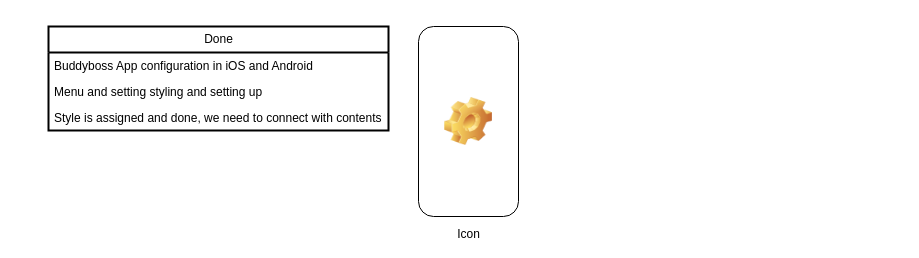
This is Untitled Diagram.drawio from MrBCendales/nmtCharts, a draw.io file, before an edit. Source tidied: cells renumbered, new cells numbered last; positions are measured from the earlier drawing's top-left corner, leaving out a move shared by most shapes. Both pictures are drawn from the tidied source at 100%, with x=0, y=0 at pixel (48, 26).
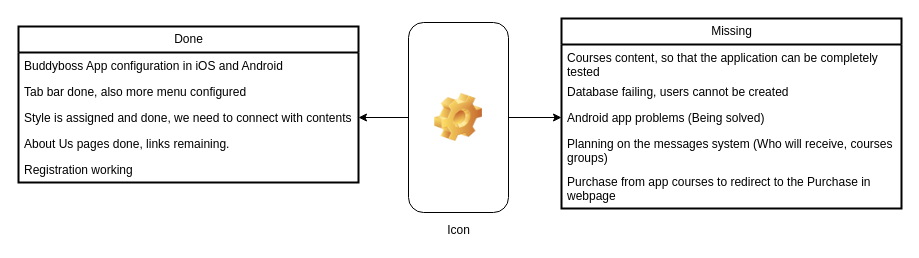
The same diagram, later.

Diff of the diagram source:
```diff
@@
 <mxGraphModel>
   <root>
     <mxCell id="0" />
     <mxCell id="1" parent="0" />
-    <mxCell id="2" value="Icon" style="icon;html=1;image=img/clipart/Gear_128x128.png;" parent="1" vertex="1">
-      <mxGeometry x="370" width="100" height="190" as="geometry" />
-    </mxCell>
     <mxCell id="3" value="Done" style="swimlane;fontStyle=0;horizontal=1;startSize=26;fillColor=none;html=1;strokeWidth=2;spacing=2;" parent="1" vertex="1">
-      <mxGeometry width="340" height="104" as="geometry" />
+      <mxGeometry x="-30" width="340" height="156" as="geometry" />
     </mxCell>
     <mxCell id="4" value="Buddyboss App configuration in iOS and Android" style="text;strokeColor=none;fillColor=none;align=left;verticalAlign=top;spacingLeft=4;spacingRight=4;overflow=hidden;whiteSpace=wrap;html=1;" parent="3" vertex="1">
       <mxGeometry y="26" width="340" height="26" as="geometry" />
     </mxCell>
-    <mxCell id="5" value="Menu and setting styling and setting up" style="text;strokeColor=none;fillColor=none;align=left;verticalAlign=top;spacingLeft=4;spacingRight=4;overflow=hidden;whiteSpace=wrap;html=1;" parent="3" vertex="1">
+    <mxCell id="5" value="Tab bar done, also more menu configured" style="text;strokeColor=none;fillColor=none;align=left;verticalAlign=top;spacingLeft=4;spacingRight=4;overflow=hidden;whiteSpace=wrap;html=1;" parent="3" vertex="1">
       <mxGeometry y="52" width="340" height="26" as="geometry" />
     </mxCell>
     <mxCell id="6" value="Style is assigned and done, we need to connect with contents" style="text;strokeColor=none;fillColor=none;align=left;verticalAlign=top;spacingLeft=4;spacingRight=4;overflow=hidden;points=[[0,0.5],[1,0.5]];portConstraint=eastwest;whiteSpace=wrap;html=1;" parent="3" vertex="1">
       <mxGeometry y="78" width="340" height="26" as="geometry" />
     </mxCell>
+    <mxCell id="7" value="About Us pages done, links remaining." style="text;strokeColor=none;fillColor=none;align=left;verticalAlign=top;spacingLeft=4;spacingRight=4;overflow=hidden;whiteSpace=wrap;html=1;" parent="3" vertex="1">
+      <mxGeometry y="104" width="340" height="26" as="geometry" />
+    </mxCell>
+    <mxCell id="8" value="Registration working" style="text;strokeColor=none;fillColor=none;align=left;verticalAlign=top;spacingLeft=4;spacingRight=4;overflow=hidden;whiteSpace=wrap;html=1;" parent="3" vertex="1">
+      <mxGeometry y="130" width="340" height="26" as="geometry" />
+    </mxCell>
+    <mxCell id="9" style="edgeStyle=orthogonalEdgeStyle;rounded=0;jettySize=auto;html=1;entryX=1;entryY=0.5;entryDx=0;entryDy=0;" parent="1" edge="1" source="2" target="6">
+      <mxGeometry relative="1" as="geometry" />
+    </mxCell>
+    <mxCell id="10" style="edgeStyle=orthogonalEdgeStyle;rounded=0;jettySize=auto;html=1;entryX=0;entryY=0.5;entryDx=0;entryDy=0;" parent="1" edge="1" source="2" target="14">
+      <mxGeometry relative="1" as="geometry" />
+    </mxCell>
+    <mxCell id="2" value="Icon" style="icon;html=1;image=img/clipart/Gear_128x128.png;" parent="1" vertex="1">
+      <mxGeometry x="360" y="-4" width="100" height="190" as="geometry" />
+    </mxCell>
+    <mxCell id="11" value="Missing" style="swimlane;fontStyle=0;horizontal=1;startSize=26;fillColor=none;html=1;strokeWidth=2;spacing=2;" parent="1" vertex="1">
+      <mxGeometry x="513" y="-8" width="340" height="190" as="geometry" />
+    </mxCell>
+    <mxCell id="12" value="Courses content, so that the application can be completely tested" style="text;strokeColor=none;fillColor=none;align=left;verticalAlign=top;spacingLeft=4;spacingRight=4;overflow=hidden;whiteSpace=wrap;html=1;" parent="11" vertex="1">
+      <mxGeometry y="26" width="340" height="34" as="geometry" />
+    </mxCell>
+    <mxCell id="13" value="Database failing, users cannot be created" style="text;strokeColor=none;fillColor=none;align=left;verticalAlign=top;spacingLeft=4;spacingRight=4;overflow=hidden;whiteSpace=wrap;html=1;" parent="11" vertex="1">
+      <mxGeometry y="60" width="340" height="26" as="geometry" />
+    </mxCell>
+    <mxCell id="14" value="Android app problems (Being solved)" style="text;strokeColor=none;fillColor=none;align=left;verticalAlign=top;spacingLeft=4;spacingRight=4;overflow=hidden;points=[[0,0.5],[1,0.5]];portConstraint=eastwest;whiteSpace=wrap;html=1;" parent="11" vertex="1">
+      <mxGeometry y="86" width="340" height="26" as="geometry" />
+    </mxCell>
+    <mxCell id="15" value="Planning on the messages system (Who will receive, courses groups)" style="text;strokeColor=none;fillColor=none;align=left;verticalAlign=top;spacingLeft=4;spacingRight=4;overflow=hidden;whiteSpace=wrap;html=1;" parent="11" vertex="1">
+      <mxGeometry y="112" width="340" height="38" as="geometry" />
+    </mxCell>
+    <mxCell id="16" value="Purchase from app courses to redirect to the Purchase in webpage" style="text;strokeColor=none;fillColor=none;align=left;verticalAlign=top;spacingLeft=4;spacingRight=4;overflow=hidden;whiteSpace=wrap;html=1;" parent="11" vertex="1">
+      <mxGeometry y="150" width="340" height="40" as="geometry" />
+    </mxCell>
   </root>
 </mxGraphModel>
```
